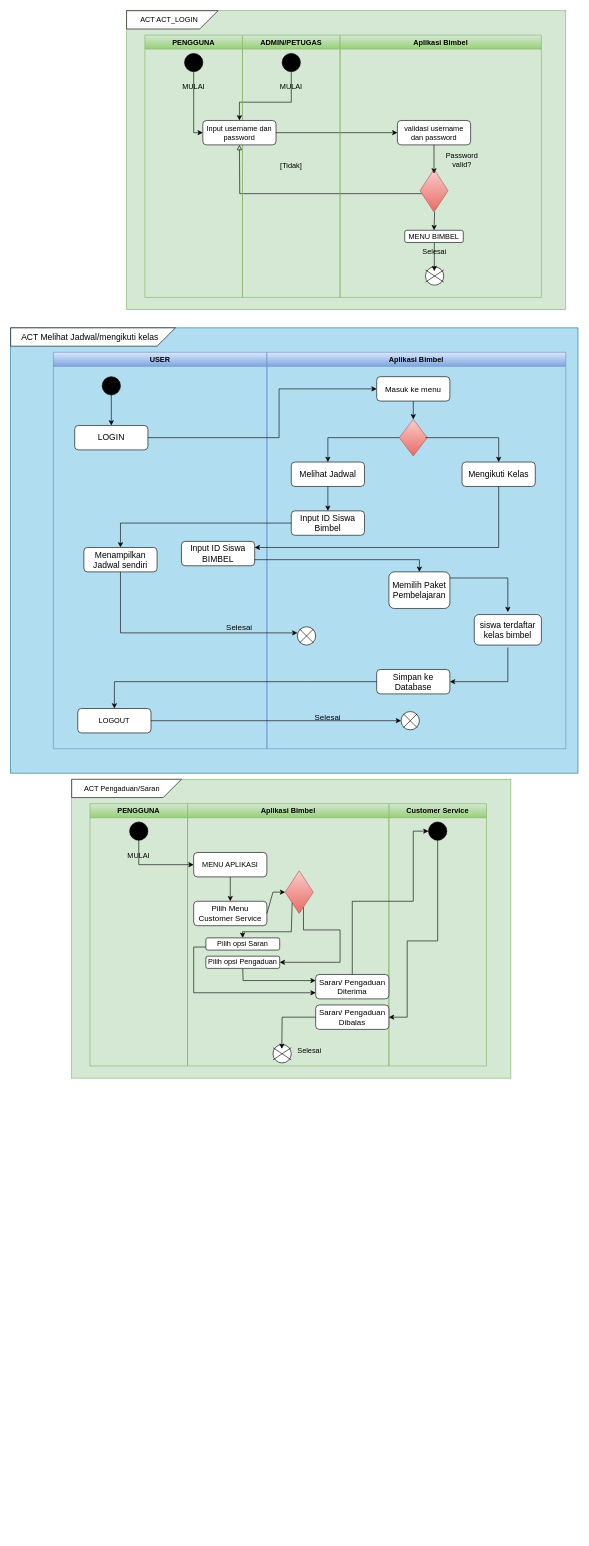
This is page "activity" (2 of 4) of Untitled Diagram.drawio from htmledan/Shell-script-gugugaga, a draw.io file, before an edit. Source tidied: cells renumbered, new cells numbered last; positions are measured from the earlier drawing's top-left corner, leaving out a move shared by most shapes. Both pictures are drawn from the tidied source at 61%, with x=0, y=0 at pixel (10, 10).
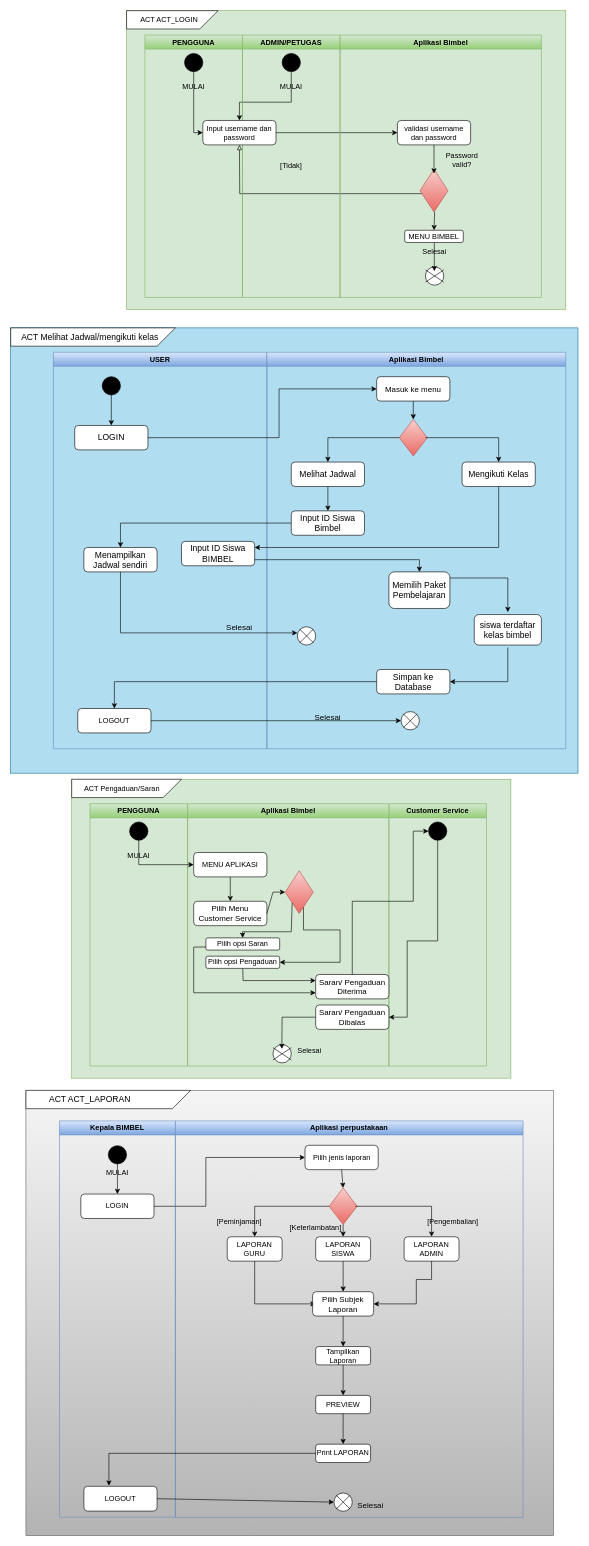
The same diagram, later.

The edit, as a diff of the source:
```diff
@@
+    <mxCell id="105" style="rounded=0;whiteSpace=wrap;html=1;fillColor=#f5f5f5;strokeColor=#666666;gradientColor=#b3b3b3;" parent="1" vertex="1">
+      <mxGeometry x="25" y="1770" width="865" height="730" as="geometry" />
+    </mxCell>
+    <mxCell id="106" value="Aplikasi perpustakaan" style="swimlane;whiteSpace=wrap;html=1;fillColor=#dae8fc;gradientColor=#7ea6e0;strokeColor=#6c8ebf;" parent="1" vertex="1">
+      <mxGeometry x="270" y="1820" width="570" height="650" as="geometry" />
+    </mxCell>
+    <mxCell id="107" value="Pilih jenis laporan" style="rounded=1;whiteSpace=wrap;html=1;fontSize=12;glass=0;strokeWidth=1;shadow=0;" parent="106" vertex="1">
+      <mxGeometry x="212.5" y="40" width="120" height="40" as="geometry" />
+    </mxCell>
+    <mxCell id="108" value="PREVIEW" style="rounded=1;whiteSpace=wrap;html=1;fontSize=12;glass=0;strokeWidth=1;shadow=0;" parent="106" vertex="1">
+      <mxGeometry x="230" y="450" width="90" height="30" as="geometry" />
+    </mxCell>
+    <mxCell id="109" style="rhombus;whiteSpace=wrap;html=1;fillColor=#f8cecc;gradientColor=#ea6b66;strokeColor=#b85450;" parent="106" vertex="1">
+      <mxGeometry x="252" y="110" width="46" height="60" as="geometry" />
+    </mxCell>
+    <mxCell id="110" style="endArrow=classic;html=1;rounded=0;exitX=0.5;exitY=1;exitDx=0;exitDy=0;entryX=0.5;entryY=0;entryDx=0;entryDy=0;" parent="106" edge="1" source="107" target="109">
+      <mxGeometry relative="1" as="geometry" />
+    </mxCell>
+    <mxCell id="111" value="LAPORAN ADMIN" style="rounded=1;whiteSpace=wrap;html=1;fontSize=12;glass=0;strokeWidth=1;shadow=0;" parent="106" vertex="1">
+      <mxGeometry x="375" y="190" width="90" height="40" as="geometry" />
+    </mxCell>
+    <mxCell id="112" value="LAPORAN GURU" style="rounded=1;whiteSpace=wrap;html=1;fontSize=12;glass=0;strokeWidth=1;shadow=0;" parent="106" vertex="1">
+      <mxGeometry x="85" y="190" width="90" height="40" as="geometry" />
+    </mxCell>
+    <mxCell id="113" value="LAPORAN SISWA" style="rounded=1;whiteSpace=wrap;html=1;fontSize=12;glass=0;strokeWidth=1;shadow=0;" parent="106" vertex="1">
+      <mxGeometry x="230" y="190" width="90" height="40" as="geometry" />
+    </mxCell>
+    <mxCell id="114" style="endArrow=classic;html=1;rounded=0;exitX=0;exitY=0.5;exitDx=0;exitDy=0;entryX=0.5;entryY=0;entryDx=0;entryDy=0;" parent="106" edge="1" source="109" target="112">
+      <mxGeometry relative="1" as="geometry">
+        <Array as="points">
+          <mxPoint x="130" y="140" />
+        </Array>
+      </mxGeometry>
+    </mxCell>
+    <mxCell id="115" style="endArrow=classic;html=1;rounded=0;exitX=0.5;exitY=1;exitDx=0;exitDy=0;entryX=0.5;entryY=0;entryDx=0;entryDy=0;" parent="106" edge="1" source="109" target="113">
+      <mxGeometry relative="1" as="geometry" />
+    </mxCell>
+    <mxCell id="116" style="endArrow=classic;html=1;rounded=0;exitX=0.5;exitY=1;exitDx=0;exitDy=0;entryX=0.5;entryY=1;entryDx=0;entryDy=0;" parent="106" edge="1" source="112">
+      <mxGeometry relative="1" as="geometry">
+        <mxPoint x="230" y="300" as="targetPoint" />
+        <Array as="points">
+          <mxPoint x="130" y="300" />
+        </Array>
+      </mxGeometry>
+    </mxCell>
+    <mxCell id="117" value="Selesai" style="text;html=1;align=center;verticalAlign=middle;whiteSpace=wrap;rounded=0;fontSize=13;" parent="106" vertex="1">
+      <mxGeometry x="295" y="620" width="50" height="20" as="geometry" />
+    </mxCell>
+    <mxCell id="118" value="[Peminjaman]" style="text;html=1;align=center;verticalAlign=middle;whiteSpace=wrap;rounded=0;" parent="106" vertex="1">
+      <mxGeometry x="75" y="150" width="60" height="30" as="geometry" />
+    </mxCell>
+    <mxCell id="119" value="[Pengembalian]" style="text;html=1;align=center;verticalAlign=middle;whiteSpace=wrap;rounded=0;" parent="106" vertex="1">
+      <mxGeometry x="425" y="150" width="60" height="30" as="geometry" />
+    </mxCell>
+    <mxCell id="120" value="LOGIN" style="rounded=1;whiteSpace=wrap;html=1;fontSize=12;glass=0;strokeWidth=1;shadow=0;" parent="1" vertex="1">
+      <mxGeometry x="115" y="1940" width="120" height="40" as="geometry" />
+    </mxCell>
+    <mxCell id="121" style="endArrow=classic;html=1;rounded=0;exitX=0.5;exitY=1;exitDx=0;exitDy=0;entryX=0.5;entryY=0;entryDx=0;entryDy=0;" parent="1" edge="1" source="141" target="120">
+      <mxGeometry relative="1" as="geometry" />
+    </mxCell>
+    <mxCell id="122" style="group;" parent="1" vertex="1">
+      <mxGeometry x="530" y="2430" width="30" height="30" as="geometry" />
+    </mxCell>
+    <mxCell id="123" style="ellipse;whiteSpace=wrap;html=1;" parent="122" vertex="1">
+      <mxGeometry width="30" height="30" as="geometry" />
+    </mxCell>
+    <mxCell id="124" style="group;" parent="122" vertex="1">
+      <mxGeometry x="3.8" y="3.8" width="22.5" height="22.5" as="geometry" />
+    </mxCell>
+    <mxCell id="125" style="endArrow=none;html=1;rounded=0;" parent="124" edge="1">
+      <mxGeometry relative="1" as="geometry">
+        <mxPoint y="22.5" as="sourcePoint" />
+        <mxPoint x="22.5" as="targetPoint" />
+      </mxGeometry>
+    </mxCell>
+    <mxCell id="126" style="endArrow=none;html=1;rounded=0;" parent="124" edge="1">
+      <mxGeometry relative="1" as="geometry">
+        <mxPoint as="sourcePoint" />
+        <mxPoint x="22.5" y="22.5" as="targetPoint" />
+      </mxGeometry>
+    </mxCell>
+    <mxCell id="127" style="endArrow=classic;html=1;rounded=0;exitX=0;exitY=0.5;exitDx=0;exitDy=0;entryX=0.5;entryY=0;entryDx=0;entryDy=0;" parent="1" edge="1" target="111">
+      <mxGeometry relative="1" as="geometry">
+        <mxPoint x="565" y="1960" as="sourcePoint" />
+        <Array as="points">
+          <mxPoint x="690" y="1960" />
+        </Array>
+      </mxGeometry>
+    </mxCell>
+    <mxCell id="128" style="endArrow=classic;html=1;rounded=0;exitX=1;exitY=0.5;exitDx=0;exitDy=0;entryX=0;entryY=0.5;entryDx=0;entryDy=0;" parent="1" edge="1" source="120" target="107">
+      <mxGeometry relative="1" as="geometry">
+        <Array as="points">
+          <mxPoint x="320" y="1960" />
+          <mxPoint x="320" y="1880" />
+        </Array>
+      </mxGeometry>
+    </mxCell>
+    <mxCell id="129" value="Pilih Subjek Laporan" style="rounded=1;whiteSpace=wrap;html=1;fontSize=13;glass=0;strokeWidth=1;shadow=0;" parent="1" vertex="1">
+      <mxGeometry x="495" y="2100" width="100" height="40" as="geometry" />
+    </mxCell>
+    <mxCell id="130" style="shape=card;whiteSpace=wrap;html=1;direction=south;flipV=1;" parent="1" vertex="1">
+      <mxGeometry x="25" y="1770" width="270" height="30" as="geometry" />
+    </mxCell>
+    <mxCell id="131" value="Print LAPORAN" style="rounded=1;whiteSpace=wrap;html=1;fontSize=12;glass=0;strokeWidth=1;shadow=0;" parent="1" vertex="1">
+      <mxGeometry x="500" y="2350" width="90" height="30" as="geometry" />
+    </mxCell>
+    <mxCell id="132" value="Tampilkan Laporan" style="rounded=1;whiteSpace=wrap;html=1;fontSize=12;glass=0;strokeWidth=1;shadow=0;" parent="1" vertex="1">
+      <mxGeometry x="500" y="2190" width="90" height="30" as="geometry" />
+    </mxCell>
+    <mxCell id="133" style="endArrow=classic;html=1;rounded=0;exitX=0.5;exitY=1;exitDx=0;exitDy=0;entryX=0.5;entryY=0;entryDx=0;entryDy=0;" parent="1" edge="1" source="113" target="129">
+      <mxGeometry relative="1" as="geometry" />
+    </mxCell>
+    <mxCell id="134" style="endArrow=classic;html=1;rounded=0;exitX=0.5;exitY=1;exitDx=0;exitDy=0;" parent="1" edge="1" source="129" target="132">
+      <mxGeometry relative="1" as="geometry" />
+    </mxCell>
+    <mxCell id="135" style="endArrow=classic;html=1;rounded=0;entryX=0.5;entryY=0;entryDx=0;entryDy=0;exitX=0.5;exitY=1;exitDx=0;exitDy=0;" parent="1" edge="1" source="132" target="108">
+      <mxGeometry relative="1" as="geometry" />
+    </mxCell>
+    <mxCell id="136" style="endArrow=classic;html=1;rounded=0;entryX=0.5;entryY=0;entryDx=0;entryDy=0;" parent="1" edge="1" target="131">
+      <mxGeometry relative="1" as="geometry">
+        <mxPoint x="545" y="2300" as="sourcePoint" />
+      </mxGeometry>
+    </mxCell>
+    <mxCell id="137" value="ACT ACT_LAPORAN" style="text;html=1;align=center;verticalAlign=middle;whiteSpace=wrap;rounded=0;fontSize=14;" parent="1" vertex="1">
+      <mxGeometry x="15" y="1770" width="230" height="30" as="geometry" />
+    </mxCell>
+    <mxCell id="138" style="group;" parent="1" vertex="1">
+      <mxGeometry x="80" y="1820" width="190" height="660" as="geometry" />
+    </mxCell>
+    <mxCell id="139" value="Kepala BIMBEL" style="swimlane;whiteSpace=wrap;html=1;fillColor=#dae8fc;gradientColor=#7ea6e0;strokeColor=#6c8ebf;" parent="138" vertex="1">
+      <mxGeometry width="190" height="649.8" as="geometry" />
+    </mxCell>
+    <mxCell id="140" value="MULAI" style="text;html=1;align=center;verticalAlign=middle;whiteSpace=wrap;rounded=0;" parent="139" vertex="1">
+      <mxGeometry x="65" y="71.1" width="60" height="30.5" as="geometry" />
+    </mxCell>
+    <mxCell id="141" style="ellipse;whiteSpace=wrap;html=1;fillColor=#000000;" parent="138" vertex="1">
+      <mxGeometry x="80" y="40.6" width="30" height="30" as="geometry" />
+    </mxCell>
+    <mxCell id="142" value="LOGOUT" style="rounded=1;whiteSpace=wrap;html=1;fontSize=12;glass=0;strokeWidth=1;shadow=0;" parent="138" vertex="1">
+      <mxGeometry x="40" y="599.1" width="120" height="40.6" as="geometry" />
+    </mxCell>
+    <mxCell id="143" style="endArrow=classic;html=1;rounded=0;exitX=0;exitY=0.5;exitDx=0;exitDy=0;entryX=0.342;entryY=-0.025;entryDx=0;entryDy=0;entryPerimeter=0;" parent="1" edge="1" source="131" target="142">
+      <mxGeometry relative="1" as="geometry">
+        <Array as="points">
+          <mxPoint x="161" y="2365" />
+        </Array>
+      </mxGeometry>
+    </mxCell>
+    <mxCell id="144" style="endArrow=classic;html=1;rounded=0;exitX=0.5;exitY=1;exitDx=0;exitDy=0;entryX=1;entryY=0.5;entryDx=0;entryDy=0;" parent="1" edge="1" source="111" target="129">
+      <mxGeometry relative="1" as="geometry">
+        <Array as="points">
+          <mxPoint x="690" y="2080" />
+          <mxPoint x="665" y="2080" />
+          <mxPoint x="665" y="2120" />
+        </Array>
+      </mxGeometry>
+    </mxCell>
+    <mxCell id="145" style="endArrow=classic;html=1;rounded=0;exitX=1;exitY=0.5;exitDx=0;exitDy=0;entryX=0;entryY=0.5;entryDx=0;entryDy=0;" parent="1" edge="1" source="142" target="123">
+      <mxGeometry relative="1" as="geometry" />
+    </mxCell>
+    <mxCell id="146" value="[Keterlambatan]" style="text;html=1;align=center;verticalAlign=middle;whiteSpace=wrap;rounded=0;" parent="1" vertex="1">
+      <mxGeometry x="470" y="1980" width="60" height="30" as="geometry" />
+    </mxCell>
```
